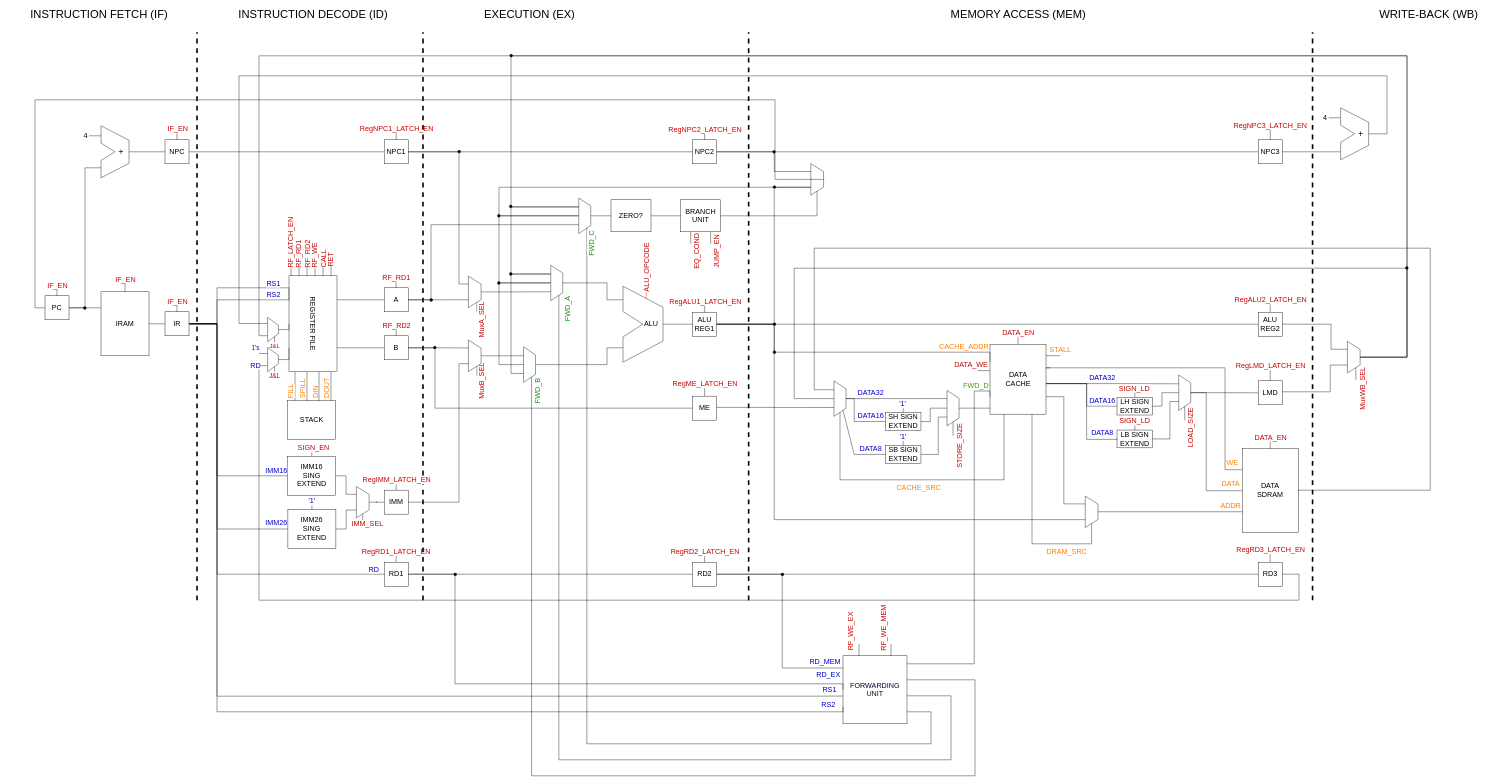
This is diagrams/datapath.drawio from gabrielganzer/DLX-Microprocessor, a draw.io file, before an edit. Source tidied: cells renumbered, new cells numbered last; positions are measured from the earlier drawing's top-left corner, leaving out a move shared by most shapes. Both pictures are drawn from the tidied source at 40%, with x=0, y=0 at pixel (27, 8).
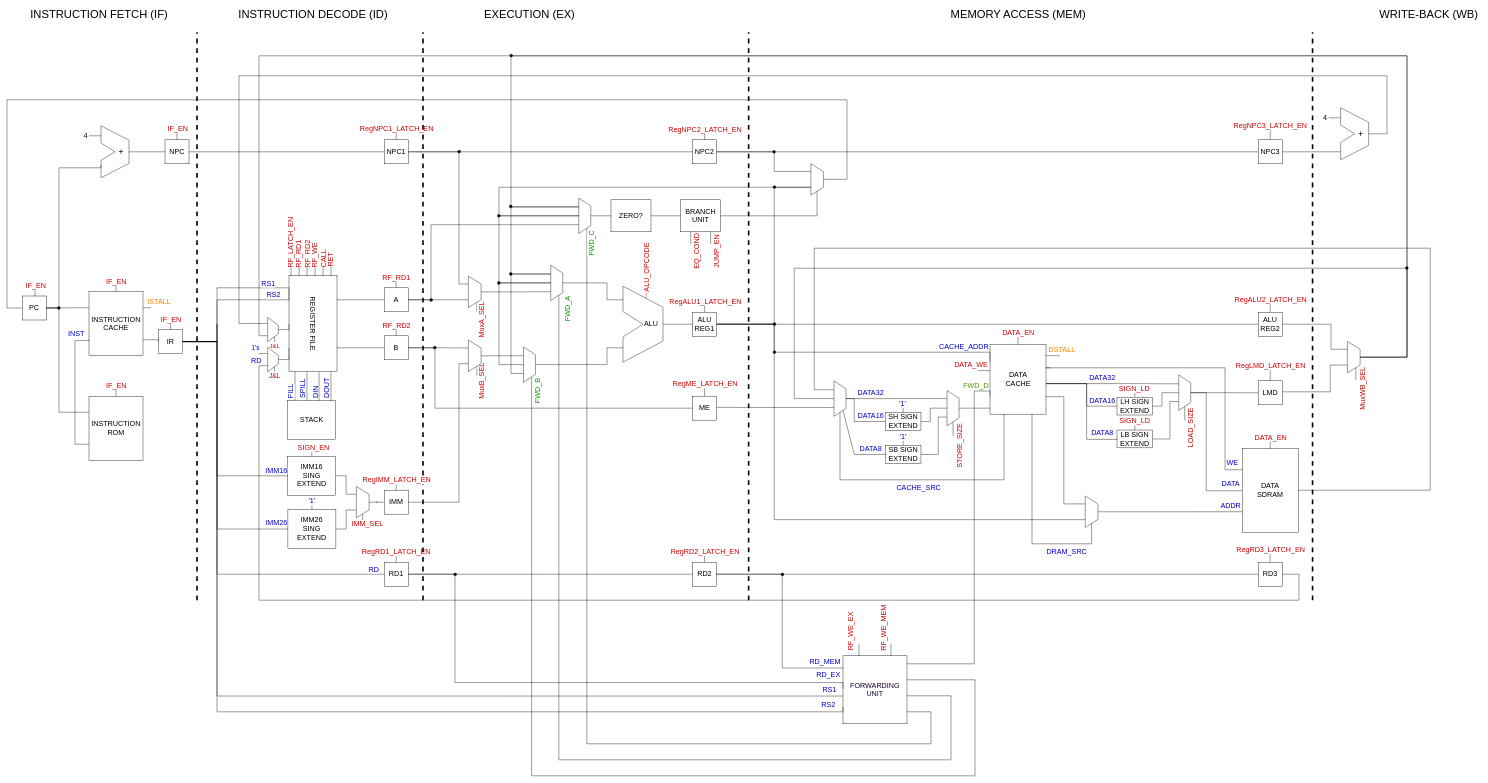
The same diagram, later.

The change refers to these unchanged cells:
```xml
<mxCell id="12" value="REGISTER FILE" style="rounded=0;whiteSpace=wrap;html=1;rotation=90;fillColor=none;fontSize=18;" parent="1" vertex="1">
  <mxGeometry x="595" y="730" width="240" height="120" as="geometry" />
</mxCell>
<mxCell id="70" value="RD1" style="rounded=0;whiteSpace=wrap;html=1;fillColor=none;fontSize=18;" parent="1" vertex="1">
  <mxGeometry x="893" y="1386" width="60" height="60" as="geometry" />
</mxCell>
<mxCell id="117" style="edgeStyle=orthogonalEdgeStyle;rounded=0;jettySize=auto;html=1;exitX=0.75;exitY=1;exitDx=0;exitDy=0;entryX=1;entryY=0.5;entryDx=0;entryDy=0;endArrow=none;endFill=0;" parent="1" edge="1" source="62" target="116">
  <mxGeometry relative="1" as="geometry">
    <Array as="points">
      <mxPoint x="580" y="895" />
      <mxPoint x="580" y="1481" />
      <mxPoint x="3180" y="1481" />
      <mxPoint x="3180" y="1416" />
    </Array>
  </mxGeometry>
</mxCell>
<mxCell id="123" style="shape=trapezoid;perimeter=trapezoidPerimeter;whiteSpace=wrap;html=1;fixedSize=1;rotation=90;fillColor=none;" parent="1" vertex="1">
  <mxGeometry x="1936.1" y="413" width="78.8" height="31.8" as="geometry" />
</mxCell>
<mxCell id="136" style="group;rounded=0;" parent="133" vertex="1">
  <mxGeometry x="30" width="70" height="130" as="geometry" />
</mxCell>
<mxCell id="199" value="&lt;font color=&quot;#190033&quot;&gt;FORWARDING UNIT&lt;/font&gt;" style="rounded=0;whiteSpace=wrap;html=1;fontSize=18;fillColor=none;" parent="1" vertex="1">
  <mxGeometry x="2040" y="1620" width="160" height="170" as="geometry" />
</mxCell>
<mxCell id="276" value="IMM26&lt;br&gt;SING EXTEND" style="rounded=0;whiteSpace=wrap;html=1;rotation=90;fontSize=18;horizontal=0;fillColor=none;" parent="1" vertex="1">
  <mxGeometry x="663.5" y="1243" width="97.5" height="120" as="geometry" />
</mxCell>
<mxCell id="279" value="IMM16&lt;br&gt;SING EXTEND" style="rounded=0;whiteSpace=wrap;html=1;rotation=90;fontSize=18;horizontal=0;fillColor=none;" parent="1" vertex="1">
  <mxGeometry x="663.2" y="1110" width="97.5" height="120" as="geometry" />
</mxCell>
```

What changed in the source:
```diff
@@
-    <mxCell id="2" style="edgeStyle=orthogonalEdgeStyle;rounded=0;jettySize=auto;html=1;exitX=0.5;exitY=0;exitDx=0;exitDy=0;endArrow=none;endFill=0;strokeWidth=1;fontSize=18;fontColor=#CC0000;" parent="1" edge="1" source="4">
-      <mxGeometry relative="1" as="geometry">
-        <mxPoint x="245" y="690" as="targetPoint" />
-      </mxGeometry>
-    </mxCell>
-    <mxCell id="3" value="IF_EN" style="edgeLabel;html=1;align=center;verticalAlign=middle;fontSize=18;fontColor=#CC0000;" parent="2" vertex="1">
-      <mxGeometry x="0.88" y="1" relative="1" as="geometry">
-        <mxPoint x="1" y="-11.1" as="offset" />
-      </mxGeometry>
-    </mxCell>
-    <mxCell id="4" value="&lt;font style=&quot;font-size: 18px&quot;&gt;IRAM&lt;/font&gt;" style="rounded=0;whiteSpace=wrap;html=1;fillColor=none;fontSize=18;" parent="1" vertex="1">
-      <mxGeometry x="185" y="710" width="120" height="160" as="geometry" />
-    </mxCell>
@@
     <mxCell id="35" style="edgeStyle=orthogonalEdgeStyle;rounded=0;jettySize=auto;html=1;exitX=1;exitY=0.5;exitDx=0;exitDy=0;entryX=0.25;entryY=1;entryDx=0;entryDy=0;endArrow=none;endFill=0;" parent="1" edge="1" source="41" target="12">
       <mxGeometry relative="1" as="geometry">
         <Array as="points">
-          <mxPoint x="475" y="790" />
+          <mxPoint x="475" y="834" />
           <mxPoint x="475" y="730" />
         </Array>
       </mxGeometry>
     </mxCell>
     <mxCell id="36" style="edgeStyle=orthogonalEdgeStyle;rounded=0;jettySize=auto;html=1;exitX=1;exitY=0.5;exitDx=0;exitDy=0;entryX=0.25;entryY=1;entryDx=0;entryDy=0;endArrow=none;endFill=0;" parent="1" edge="1" source="41" target="12">
       <mxGeometry relative="1" as="geometry">
         <Array as="points">
-          <mxPoint x="475" y="790" />
+          <mxPoint x="475" y="834" />
           <mxPoint x="475" y="700" />
           <mxPoint x="655" y="700" />
         </Array>
       </mxGeometry>
     </mxCell>
@@
-    <mxCell id="38" style="edgeStyle=orthogonalEdgeStyle;rounded=0;jettySize=auto;html=1;exitX=0.5;exitY=0;exitDx=0;exitDy=0;endArrow=none;endFill=0;strokeWidth=1;fontSize=18;fontColor=#CC0000;" parent="1" edge="1" source="41">
-      <mxGeometry relative="1" as="geometry">
-        <mxPoint x="374.6" y="730" as="targetPoint" />
-      </mxGeometry>
-    </mxCell>
-    <mxCell id="39" value="IF_EN" style="edgeLabel;html=1;align=center;verticalAlign=middle;fontSize=18;fontColor=#CC0000;" parent="38" vertex="1">
-      <mxGeometry x="0.69" y="-1" relative="1" as="geometry" />
-    </mxCell>
-    <mxCell id="40" style="edgeStyle=orthogonalEdgeStyle;rounded=0;jettySize=auto;html=1;entryX=0.5;entryY=1;entryDx=0;entryDy=0;endArrow=none;endFill=0;strokeColor=#000000;fontColor=#0000CC;" parent="1" edge="1" target="276">
+    <mxCell id="40" style="edgeStyle=orthogonalEdgeStyle;rounded=0;jettySize=auto;html=1;entryX=0.5;entryY=1;entryDx=0;entryDy=0;endArrow=none;endFill=0;strokeColor=#000000;fontColor=#0000CC;exitX=1;exitY=0.5;exitDx=0;exitDy=0;" parent="1" edge="1" source="41" target="276">
       <mxGeometry relative="1" as="geometry">
-        <mxPoint x="410" y="790" as="sourcePoint" />
         <Array as="points">
-          <mxPoint x="475" y="790" />
+          <mxPoint x="475" y="834" />
           <mxPoint x="475" y="1303" />
         </Array>
       </mxGeometry>
     </mxCell>
+    <mxCell id="320" style="edgeStyle=none;rounded=0;jettySize=auto;html=1;exitX=0.5;exitY=0;exitDx=0;exitDy=0;endArrow=none;endFill=0;strokeColor=#000000;fontColor=#0000CC;" parent="1" edge="1" source="41">
+      <mxGeometry relative="1" as="geometry">
+        <mxPoint x="359" y="780" as="targetPoint" />
+      </mxGeometry>
+    </mxCell>
     <mxCell id="41" value="IR" style="rounded=0;whiteSpace=wrap;html=1;fillColor=none;fontSize=18;" parent="1" vertex="1">
-      <mxGeometry x="345" y="760" width="60" height="60" as="geometry" />
+      <mxGeometry x="329" y="804.5" width="60" height="60" as="geometry" />
     </mxCell>
-    <mxCell id="42" style="edgeStyle=orthogonalEdgeStyle;rounded=0;jettySize=auto;html=1;exitX=1;exitY=0.5;exitDx=0;exitDy=0;entryX=0;entryY=0.5;entryDx=0;entryDy=0;endArrow=none;endFill=0;" parent="1" edge="1" source="4" target="41">
-      <mxGeometry relative="1" as="geometry" />
-    </mxCell>
-    <mxCell id="43" style="edgeStyle=orthogonalEdgeStyle;rounded=0;jettySize=auto;html=1;exitX=1;exitY=0.5;exitDx=0;exitDy=0;entryX=0;entryY=0.25;entryDx=0;entryDy=0;endArrow=none;endFill=0;" parent="1" edge="1" source="47" target="4">
-      <mxGeometry relative="1" as="geometry" />
-    </mxCell>
-    <mxCell id="44" style="edgeStyle=orthogonalEdgeStyle;rounded=0;orthogonalLoop=1;jettySize=auto;html=1;exitX=1;exitY=0.5;exitDx=0;exitDy=0;endArrow=none;endFill=0;" parent="1" edge="1">
-      <mxGeometry relative="1" as="geometry">
-        <mxPoint x="105" y="750" as="sourcePoint" />
-        <mxPoint x="185" y="400" as="targetPoint" />
-        <Array as="points">
-          <mxPoint x="145" y="750" />
-          <mxPoint x="145" y="400" />
-        </Array>
-      </mxGeometry>
-    </mxCell>
     <mxCell id="45" style="edgeStyle=orthogonalEdgeStyle;rounded=0;jettySize=auto;html=1;exitX=0.5;exitY=0;exitDx=0;exitDy=0;endArrow=none;endFill=0;strokeWidth=1;fontSize=18;fontColor=#CC0000;" parent="1" edge="1" source="47">
       <mxGeometry relative="1" as="geometry">
-        <mxPoint x="74.6" y="690" as="targetPoint" />
+        <mxPoint x="20" y="690" as="targetPoint" />
       </mxGeometry>
     </mxCell>
@@
+    <mxCell id="321" style="edgeStyle=orthogonalEdgeStyle;rounded=0;jettySize=auto;html=1;entryX=0;entryY=0.25;entryDx=0;entryDy=0;endArrow=none;endFill=0;strokeColor=#000000;fontColor=#0000CC;" parent="1" edge="1" source="47" target="330">
+      <mxGeometry relative="1" as="geometry">
+        <Array as="points">
+          <mxPoint x="80" y="751" />
+          <mxPoint x="80" y="1011" />
+        </Array>
+      </mxGeometry>
+    </mxCell>
+    <mxCell id="322" style="rounded=0;jettySize=auto;html=1;entryX=0;entryY=0.25;entryDx=0;entryDy=0;endArrow=none;endFill=0;strokeColor=#000000;fontColor=#0000CC;" parent="1" edge="1" source="47" target="327">
+      <mxGeometry relative="1" as="geometry" />
+    </mxCell>
+    <mxCell id="323" style="edgeStyle=orthogonalEdgeStyle;rounded=0;jettySize=auto;html=1;endArrow=none;endFill=0;strokeColor=#000000;fontColor=#0000CC;entryX=0;entryY=0.75;entryDx=0;entryDy=0;" parent="1" edge="1" source="47" target="136">
+      <mxGeometry relative="1" as="geometry">
+        <Array as="points">
+          <mxPoint x="80" y="751" />
+          <mxPoint x="80" y="400" />
+          <mxPoint x="185" y="400" />
+        </Array>
+      </mxGeometry>
+    </mxCell>
     <mxCell id="47" value="PC" style="rounded=0;whiteSpace=wrap;html=1;fillColor=none;fontSize=18;" parent="1" vertex="1">
-      <mxGeometry x="45" y="720" width="60" height="60" as="geometry" />
+      <mxGeometry x="-12" y="720.5" width="60" height="60" as="geometry" />
     </mxCell>
@@
     <mxCell id="71" style="edgeStyle=orthogonalEdgeStyle;rounded=0;jettySize=auto;html=1;exitX=1;exitY=0.5;exitDx=0;exitDy=0;entryX=0;entryY=0.5;entryDx=0;entryDy=0;endArrow=none;endFill=0;" parent="1" edge="1" source="41" target="70">
       <mxGeometry relative="1" as="geometry">
         <Array as="points">
-          <mxPoint x="475" y="790" />
+          <mxPoint x="475" y="834" />
           <mxPoint x="475" y="1416" />
         </Array>
       </mxGeometry>
     </mxCell>
@@
     <mxCell id="118" value="RD" style="edgeLabel;html=1;align=center;verticalAlign=middle;fontSize=18;fontColor=#0000CC;" parent="117" vertex="1">
       <mxGeometry x="-0.97" y="-2" relative="1" as="geometry">
-        <mxPoint x="-8" y="-29.6" as="offset" />
+        <mxPoint x="-6" y="-40.3" as="offset" />
       </mxGeometry>
     </mxCell>
@@
     <mxCell id="122" style="edgeStyle=orthogonalEdgeStyle;rounded=0;jettySize=auto;html=1;entryX=0;entryY=0.5;entryDx=0;entryDy=0;endArrow=none;endFill=0;exitX=0.5;exitY=0;exitDx=0;exitDy=0;" parent="1" edge="1" source="123" target="47">
       <mxGeometry relative="1" as="geometry">
         <Array as="points">
-          <mxPoint x="1870" y="429" />
-          <mxPoint x="1870" y="230" />
-          <mxPoint x="20" y="230" />
-          <mxPoint x="20" y="750" />
+          <mxPoint x="2050" y="429" />
+          <mxPoint x="2050" y="230" />
+          <mxPoint x="-50" y="230" />
+          <mxPoint x="-50" y="751" />
         </Array>
       </mxGeometry>
     </mxCell>
@@
-    <mxCell id="191" style="edgeStyle=orthogonalEdgeStyle;rounded=0;jettySize=auto;html=1;exitX=0;exitY=0.5;exitDx=0;exitDy=0;entryX=1;entryY=0.5;entryDx=0;entryDy=0;endArrow=none;endFill=0;strokeWidth=1;fontSize=18;fontColor=#CC0000;" parent="1" edge="1" source="199" target="70">
+    <mxCell id="191" style="edgeStyle=orthogonalEdgeStyle;rounded=0;jettySize=auto;html=1;exitX=0;exitY=0.5;exitDx=0;exitDy=0;entryX=1;entryY=0.5;entryDx=0;entryDy=0;endArrow=none;endFill=0;strokeWidth=1;fontSize=18;fontColor=#CC0000;" parent="1" edge="1" target="70">
       <mxGeometry relative="1" as="geometry">
+        <mxPoint x="2040" y="1702" as="sourcePoint" />
         <Array as="points">
-          <mxPoint x="2040" y="1690" />
-          <mxPoint x="1070" y="1690" />
+          <mxPoint x="2040" y="1687" />
+          <mxPoint x="1070" y="1687" />
           <mxPoint x="1070" y="1416" />
         </Array>
       </mxGeometry>
     </mxCell>
@@
     <mxCell id="200" style="edgeStyle=orthogonalEdgeStyle;rounded=0;jettySize=auto;html=1;entryX=0;entryY=0.75;entryDx=0;entryDy=0;endArrow=none;endFill=0;strokeWidth=1;fontSize=18;fontColor=#CC0000;exitX=1;exitY=0.5;exitDx=0;exitDy=0;" parent="1" edge="1" source="41" target="199">
       <mxGeometry relative="1" as="geometry">
         <Array as="points">
-          <mxPoint x="475" y="790" />
+          <mxPoint x="475" y="834" />
           <mxPoint x="475" y="1760" />
           <mxPoint x="2040" y="1760" />
         </Array>
       </mxGeometry>
     </mxCell>
@@
     <mxCell id="216" style="ellipse;whiteSpace=wrap;html=1;fillColor=#000000;" parent="1" vertex="1">
-      <mxGeometry x="141" y="747" width="7" height="7" as="geometry" />
+      <mxGeometry x="76" y="747" width="7" height="7" as="geometry" />
     </mxCell>
@@
-    <mxCell id="236" value="FILL" style="edgeLabel;html=1;align=center;verticalAlign=middle;fontSize=18;rotation=270;fontColor=#FF8000;" parent="1" vertex="1">
+    <mxCell id="236" value="FILL" style="edgeLabel;html=1;align=center;verticalAlign=middle;fontSize=18;rotation=270;fontColor=#0000CC;" parent="1" vertex="1">
       <mxGeometry x="658" y="960" as="geometry" />
     </mxCell>
-    <mxCell id="237" value="SPILL" style="edgeLabel;html=1;align=center;verticalAlign=middle;fontSize=18;rotation=270;fontColor=#FF8000;" parent="1" vertex="1">
+    <mxCell id="237" value="SPILL" style="edgeLabel;html=1;align=center;verticalAlign=middle;fontSize=18;rotation=270;fontColor=#0000CC;" parent="1" vertex="1">
       <mxGeometry x="689" y="953" as="geometry" />
     </mxCell>
-    <mxCell id="238" value="DIN" style="edgeLabel;html=1;align=center;verticalAlign=middle;fontSize=18;rotation=270;fontColor=#FF8000;" parent="1" vertex="1">
+    <mxCell id="238" value="DIN" style="edgeLabel;html=1;align=center;verticalAlign=middle;fontSize=18;rotation=270;fontColor=#0000CC;" parent="1" vertex="1">
       <mxGeometry x="720" y="962" as="geometry" />
     </mxCell>
-    <mxCell id="239" value="DOUT" style="edgeLabel;html=1;align=center;verticalAlign=middle;fontSize=18;rotation=270;fontColor=#FF8000;" parent="1" vertex="1">
+    <mxCell id="239" value="DOUT" style="edgeLabel;html=1;align=center;verticalAlign=middle;fontSize=18;rotation=270;fontColor=#0000CC;" parent="1" vertex="1">
       <mxGeometry x="748" y="952" as="geometry" />
     </mxCell>
@@
-    <mxCell id="257" value="&lt;font style=&quot;font-size: 18px&quot; color=&quot;#ff8000&quot;&gt;CACHE_SRC&lt;/font&gt;" style="edgeLabel;html=1;align=center;verticalAlign=middle;fontColor=#CC0000;" parent="1" vertex="1">
+    <mxCell id="257" value="&lt;font style=&quot;font-size: 18px&quot;&gt;CACHE_SRC&lt;/font&gt;" style="edgeLabel;html=1;align=center;verticalAlign=middle;fontColor=#0000CC;" parent="1" vertex="1">
       <mxGeometry x="2228.1" y="1200" as="geometry" />
     </mxCell>
-    <mxCell id="258" value="&lt;span style=&quot;color: rgb(255 , 128 , 0) ; font-size: 18px&quot;&gt;ADDR&lt;/span&gt;" style="edgeLabel;html=1;align=center;verticalAlign=middle;fontColor=#0000CC;" parent="1" vertex="1">
+    <mxCell id="258" value="&lt;span style=&quot;font-size: 18px;&quot;&gt;ADDR&lt;/span&gt;" style="edgeLabel;html=1;align=center;verticalAlign=middle;fontColor=#0000CC;" parent="1" vertex="1">
       <mxGeometry x="3008.1" y="1243" as="geometry" />
     </mxCell>
@@
-    <mxCell id="265" value="&lt;font style=&quot;font-size: 18px&quot; color=&quot;#ff8000&quot;&gt;DRAM_SRC&lt;/font&gt;" style="edgeLabel;html=1;align=center;verticalAlign=middle;fontColor=#CC0000;" parent="1" vertex="1">
+    <mxCell id="265" value="&lt;font style=&quot;font-size: 18px&quot;&gt;DRAM_SRC&lt;/font&gt;" style="edgeLabel;html=1;align=center;verticalAlign=middle;fontColor=#0000CC;" parent="1" vertex="1">
       <mxGeometry x="2598.1" y="1360" as="geometry" />
     </mxCell>
-    <mxCell id="266" value="&lt;span style=&quot;color: rgb(255 , 128 , 0) ; font-size: 18px&quot;&gt;DATA&lt;/span&gt;" style="edgeLabel;html=1;align=center;verticalAlign=middle;fontColor=#0000CC;" parent="1" vertex="1">
+    <mxCell id="266" value="&lt;span style=&quot;font-size: 18px;&quot;&gt;DATA&lt;/span&gt;" style="edgeLabel;html=1;align=center;verticalAlign=middle;fontColor=#0000CC;" parent="1" vertex="1">
       <mxGeometry x="3008.1" y="1190" as="geometry" />
     </mxCell>
-    <mxCell id="267" value="&lt;font color=&quot;#ff8000&quot;&gt;&lt;span style=&quot;font-size: 18px&quot;&gt;CACHE_ADDR&lt;/span&gt;&lt;/font&gt;" style="edgeLabel;html=1;align=center;verticalAlign=middle;fontColor=#CC0000;" parent="1" vertex="1">
+    <mxCell id="267" value="&lt;font&gt;&lt;span style=&quot;font-size: 18px&quot;&gt;CACHE_ADDR&lt;/span&gt;&lt;/font&gt;" style="edgeLabel;html=1;align=center;verticalAlign=middle;fontColor=#0000CC;" parent="1" vertex="1">
       <mxGeometry x="2341.1" y="846" as="geometry" />
     </mxCell>
-    <mxCell id="268" value="&lt;font style=&quot;font-size: 18px&quot; color=&quot;#ff8000&quot;&gt;STALL&lt;/font&gt;" style="edgeLabel;html=1;align=center;verticalAlign=middle;fontColor=#CC0000;" parent="1" vertex="1">
-      <mxGeometry x="2582.1" y="854.1" as="geometry" />
+    <mxCell id="268" value="&lt;font style=&quot;font-size: 18px&quot; color=&quot;#ff8000&quot;&gt;DSTALL&lt;/font&gt;" style="edgeLabel;html=1;align=center;verticalAlign=middle;fontColor=#CC0000;" parent="1" vertex="1">
+      <mxGeometry x="2586.1" y="854.1" as="geometry" />
     </mxCell>
@@
     <mxCell id="284" style="edgeStyle=orthogonalEdgeStyle;rounded=0;jettySize=auto;html=1;entryX=0.5;entryY=1;entryDx=0;entryDy=0;endArrow=none;endFill=0;strokeColor=#000000;fontColor=#0000CC;exitX=1;exitY=0.5;exitDx=0;exitDy=0;" parent="1" edge="1" source="41" target="279">
       <mxGeometry relative="1" as="geometry">
         <Array as="points">
-          <mxPoint x="475" y="790" />
+          <mxPoint x="475" y="834" />
           <mxPoint x="475" y="1170" />
         </Array>
       </mxGeometry>
     </mxCell>
@@
-    <mxCell id="316" value="&lt;font color=&quot;#ff8000&quot;&gt;&lt;span style=&quot;font-size: 18px&quot;&gt;WE&lt;/span&gt;&lt;/font&gt;" style="edgeLabel;html=1;align=center;verticalAlign=middle;fontColor=#0000CC;" parent="1" vertex="1">
+    <mxCell id="316" value="&lt;font&gt;&lt;span style=&quot;font-size: 18px&quot;&gt;WE&lt;/span&gt;&lt;/font&gt;" style="edgeLabel;html=1;align=center;verticalAlign=middle;fontColor=#0000CC;" parent="1" vertex="1">
       <mxGeometry x="2991.1" y="1200" as="geometry">
         <mxPoint x="21" y="-63" as="offset" />
       </mxGeometry>
     </mxCell>
@@
+    <mxCell id="324" style="edgeStyle=orthogonalEdgeStyle;rounded=0;jettySize=auto;html=1;exitX=1;exitY=0.75;exitDx=0;exitDy=0;entryX=0;entryY=0.5;entryDx=0;entryDy=0;endArrow=none;endFill=0;strokeColor=#000000;fontColor=#0000CC;" parent="1" edge="1" source="327" target="41">
+      <mxGeometry relative="1" as="geometry" />
+    </mxCell>
+    <mxCell id="325" style="edgeStyle=none;rounded=0;jettySize=auto;html=1;exitX=0.5;exitY=0;exitDx=0;exitDy=0;endArrow=none;endFill=0;strokeColor=#000000;fontColor=#0000CC;" parent="1" edge="1" source="327">
+      <mxGeometry relative="1" as="geometry">
+        <mxPoint x="222.4" y="690" as="targetPoint" />
+      </mxGeometry>
+    </mxCell>
+    <mxCell id="326" style="edgeStyle=none;rounded=0;jettySize=auto;html=1;exitX=1;exitY=0.25;exitDx=0;exitDy=0;endArrow=none;endFill=0;strokeColor=#000000;fontColor=#0000CC;" parent="1" edge="1" source="327">
+      <mxGeometry relative="1" as="geometry">
+        <mxPoint x="310" y="750" as="targetPoint" />
+      </mxGeometry>
+    </mxCell>
+    <mxCell id="327" value="&lt;font style=&quot;font-size: 18px&quot;&gt;INSTRUCTION&lt;br&gt;CACHE&lt;br&gt;&lt;/font&gt;" style="rounded=0;whiteSpace=wrap;html=1;fillColor=none;fontSize=18;" parent="1" vertex="1">
+      <mxGeometry x="155" y="709.8" width="135" height="160" as="geometry" />
+    </mxCell>
+    <mxCell id="328" style="edgeStyle=orthogonalEdgeStyle;rounded=0;jettySize=auto;html=1;exitX=0;exitY=0.75;exitDx=0;exitDy=0;entryX=0;entryY=0.75;entryDx=0;entryDy=0;endArrow=none;endFill=0;strokeColor=#000000;fontColor=#0000CC;" parent="1" edge="1" source="330" target="327">
+      <mxGeometry relative="1" as="geometry">
+        <Array as="points">
+          <mxPoint x="120" y="1091" />
+          <mxPoint x="120" y="832" />
+        </Array>
+      </mxGeometry>
+    </mxCell>
+    <mxCell id="329" style="edgeStyle=orthogonalEdgeStyle;rounded=0;jettySize=auto;html=1;exitX=0.5;exitY=0;exitDx=0;exitDy=0;endArrow=none;endFill=0;strokeColor=#000000;fontColor=#0000CC;" parent="1" edge="1" source="330">
+      <mxGeometry relative="1" as="geometry">
+        <mxPoint x="222.5" y="950" as="targetPoint" />
+      </mxGeometry>
+    </mxCell>
+    <mxCell id="330" value="&lt;font style=&quot;font-size: 18px&quot;&gt;INSTRUCTION&lt;br&gt;ROM&lt;br&gt;&lt;/font&gt;" style="rounded=0;whiteSpace=wrap;html=1;fillColor=none;fontSize=18;" parent="1" vertex="1">
+      <mxGeometry x="155" y="971" width="135" height="160" as="geometry" />
+    </mxCell>
+    <mxCell id="331" value="IF_EN" style="edgeLabel;html=1;align=center;verticalAlign=middle;fontSize=18;fontColor=#CC0000;" parent="1" vertex="1">
+      <mxGeometry x="222.5" y="684.5" as="geometry" />
+    </mxCell>
+    <mxCell id="332" value="IF_EN" style="edgeLabel;html=1;align=center;verticalAlign=middle;fontSize=18;fontColor=#CC0000;" parent="1" vertex="1">
+      <mxGeometry x="222.5" y="943.6" as="geometry" />
+    </mxCell>
+    <mxCell id="333" value="IF_EN" style="edgeLabel;html=1;align=center;verticalAlign=middle;fontSize=18;fontColor=#CC0000;" parent="1" vertex="1">
+      <mxGeometry x="359" y="780.5" as="geometry" />
+    </mxCell>
+    <mxCell id="334" value="ISTALL" style="edgeLabel;html=1;align=center;verticalAlign=middle;fontSize=18;fontColor=#FF8000;" parent="1" vertex="1">
+      <mxGeometry x="329" y="734" as="geometry" />
+    </mxCell>
+    <mxCell id="335" value="INST" style="edgeLabel;html=1;align=center;verticalAlign=middle;fontSize=18;fontColor=#0000CC;" parent="1" vertex="1">
+      <mxGeometry x="130" y="821" as="geometry">
+        <mxPoint x="-8" y="-7" as="offset" />
+      </mxGeometry>
+    </mxCell>
```
